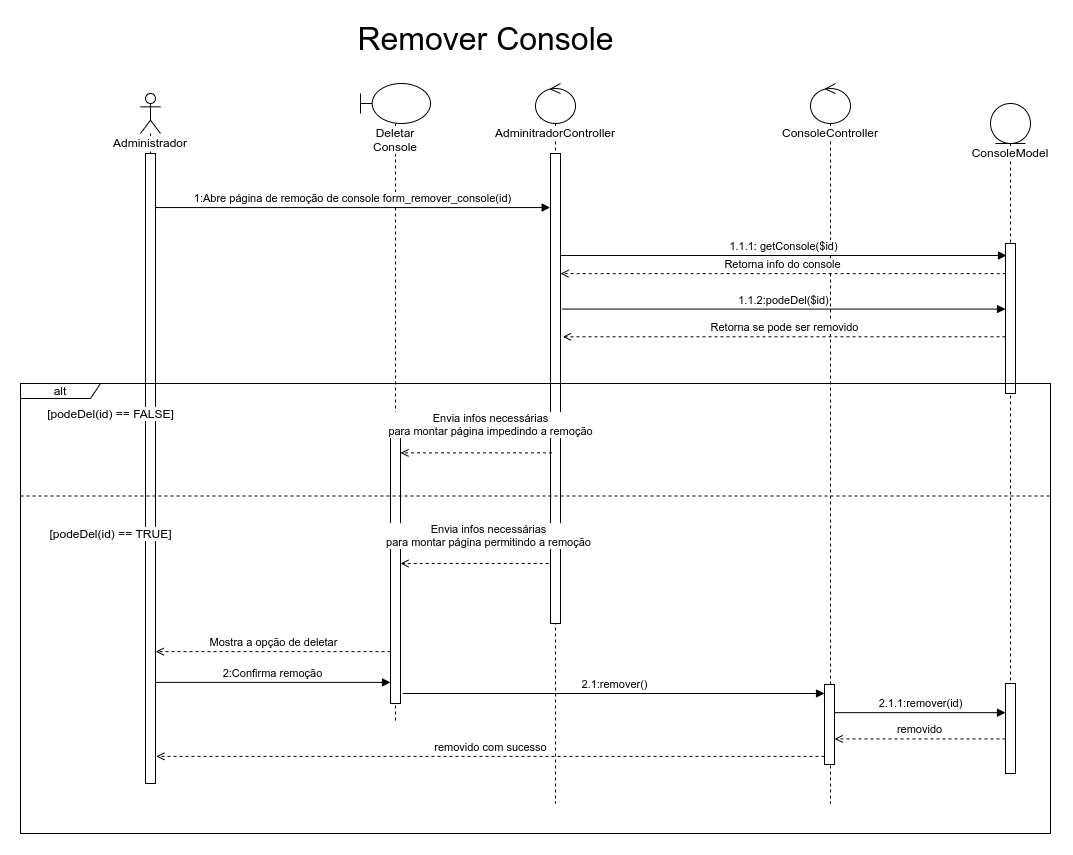
This is docs/Diagramas/Diagrama-Sequência/Sequencia-Remover Console.drawio.png from joaopaulo7/GCC188-Projeto-Final, a draw.io export, as it was before one commit. Source tidied: cells renumbered, new cells last; positions are measured from the earlier drawing's top-left corner, leaving out a move shared by most shapes.
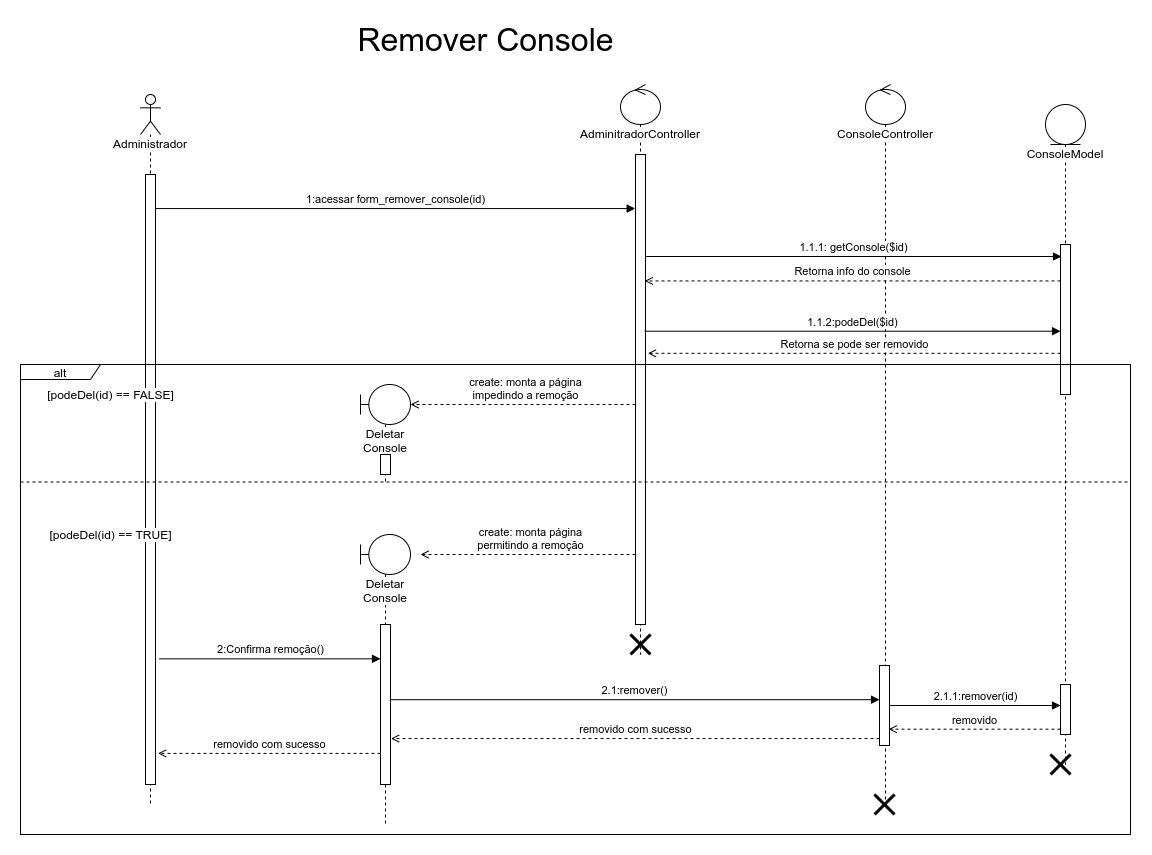
The same diagram one commit later.

Change to the diagram source:
```diff
@@ -3,31 +3,28 @@
     <mxCell id="0" />
     <mxCell id="1" parent="0" />
     <mxCell id="2" value="&lt;span style=&quot;background-color: rgb(255 , 255 , 255)&quot;&gt;ConsoleController&lt;/span&gt;" style="shape=umlLifeline;participant=umlControl;perimeter=lifelinePerimeter;whiteSpace=wrap;html=1;verticalAlign=top;spacingTop=36;fillColor=default;" parent="1" vertex="1">
-      <mxGeometry x="790" y="60" width="40" height="720" as="geometry" />
+      <mxGeometry x="845" y="60" width="40" height="720" as="geometry" />
     </mxCell>
     <mxCell id="3" value="alt" style="shape=umlFrame;whiteSpace=wrap;html=1;width=80;height=15;" parent="1" vertex="1">
-      <mxGeometry y="360" width="1030" height="450" as="geometry" />
+      <mxGeometry y="340" width="1110" height="470" as="geometry" />
     </mxCell>
     <mxCell id="4" value="&lt;span style=&quot;background-color: rgb(255 , 255 , 255)&quot;&gt;Administrador&lt;/span&gt;" style="shape=umlLifeline;participant=umlActor;perimeter=lifelinePerimeter;whiteSpace=wrap;html=1;verticalAlign=top;spacingTop=36;" parent="1" vertex="1">
-      <mxGeometry x="120" y="70" width="20" height="690" as="geometry" />
+      <mxGeometry x="120" y="70" width="20" height="710" as="geometry" />
     </mxCell>
     <mxCell id="5" style="html=1;points=[];perimeter=orthogonalPerimeter;fillColor=default;" parent="4" vertex="1">
-      <mxGeometry x="5" y="60" width="10" height="630" as="geometry" />
+      <mxGeometry x="5" y="80" width="10" height="610" as="geometry" />
     </mxCell>
     <mxCell id="6" value="&lt;span style=&quot;background-color: rgb(255 , 255 , 255)&quot;&gt;Deletar Console&lt;/span&gt;" style="shape=umlLifeline;participant=umlBoundary;perimeter=lifelinePerimeter;whiteSpace=wrap;html=1;verticalAlign=top;spacingTop=36;" parent="1" vertex="1">
-      <mxGeometry x="340" y="60" width="70" height="640" as="geometry" />
+      <mxGeometry x="340" y="510" width="50" height="290" as="geometry" />
     </mxCell>
-    <mxCell id="7" style="html=1;points=[];perimeter=orthogonalPerimeter;labelBackgroundColor=none;fontSize=12;fillColor=default;" parent="6" vertex="1">
-      <mxGeometry x="30" y="330" width="10" height="290" as="geometry" />
-    </mxCell>
     <mxCell id="8" value="&lt;span style=&quot;background-color: rgb(255 , 255 , 255)&quot;&gt;AdminitradorController&lt;/span&gt;" style="shape=umlLifeline;participant=umlControl;perimeter=lifelinePerimeter;whiteSpace=wrap;html=1;verticalAlign=top;spacingTop=36;fillColor=default;" parent="1" vertex="1">
-      <mxGeometry x="515" y="60" width="40" height="720" as="geometry" />
+      <mxGeometry x="600" y="60" width="40" height="570" as="geometry" />
     </mxCell>
     <mxCell id="9" style="html=1;points=[];perimeter=orthogonalPerimeter;labelBackgroundColor=#FFFFFF;fillColor=default;" parent="8" vertex="1">
       <mxGeometry x="15" y="70" width="10" height="470" as="geometry" />
     </mxCell>
     <mxCell id="10" value="ConsoleModel" style="shape=umlLifeline;participant=umlEntity;perimeter=lifelinePerimeter;whiteSpace=wrap;html=1;verticalAlign=top;spacingTop=36;labelBackgroundColor=#FFFFFF;fillColor=default;" parent="1" vertex="1">
-      <mxGeometry x="970" y="80" width="40" height="620" as="geometry" />
+      <mxGeometry x="1025" y="80" width="40" height="660" as="geometry" />
     </mxCell>
     <mxCell id="11" style="html=1;points=[];perimeter=orthogonalPerimeter;labelBackgroundColor=#FFFFFF;fillColor=default;" parent="10" vertex="1">
       <mxGeometry x="15" y="140" width="10" height="150" as="geometry" />
@@ -35,73 +32,84 @@
     <mxCell id="12" value="1.1.1: getConsole($id)" style="html=1;verticalAlign=bottom;endArrow=block;rounded=0;entryX=0.1;entryY=0.08;entryDx=0;entryDy=0;entryPerimeter=0;" parent="1" edge="1" source="9" target="11">
       <mxGeometry relative="1" as="geometry" />
     </mxCell>
-    <mxCell id="13" value="Retorna info do console" style="html=1;verticalAlign=bottom;endArrow=open;rounded=0;dashed=1;exitX=0.021;exitY=0.201;exitDx=0;exitDy=0;exitPerimeter=0;endFill=0;" parent="1" edge="1" source="11" target="9">
+    <mxCell id="13" value="Retorna info do console" style="html=1;verticalAlign=bottom;endArrow=open;rounded=0;dashed=1;endFill=0;entryX=0.92;entryY=0.269;entryDx=0;entryDy=0;entryPerimeter=0;" parent="1" edge="1" source="11" target="9">
       <mxGeometry relative="1" as="geometry" />
     </mxCell>
     <mxCell id="14" value="&lt;span style=&quot;font-size: 32px&quot;&gt;Remover Console&lt;/span&gt;" style="text;html=1;align=center;verticalAlign=middle;strokeColor=none;fillColor=none;" parent="1" vertex="1">
       <mxGeometry x="330" width="270" height="30" as="geometry" />
     </mxCell>
-    <mxCell id="15" value="1:Abre página de remoção de console form_remover_console(id)" style="html=1;verticalAlign=bottom;endArrow=block;rounded=0;entryX=-0.031;entryY=0.115;entryDx=0;entryDy=0;entryPerimeter=0;" parent="1" edge="1" source="5" target="9">
+    <mxCell id="15" value="1:acessar form_remover_console(id)" style="html=1;verticalAlign=bottom;endArrow=block;rounded=0;entryX=-0.031;entryY=0.115;entryDx=0;entryDy=0;entryPerimeter=0;" parent="1" edge="1" source="5" target="9">
       <mxGeometry relative="1" as="geometry" />
     </mxCell>
-    <mxCell id="16" value="Envia infos necessárias&lt;br&gt;para montar página impedindo a remoção" style="html=1;verticalAlign=bottom;endArrow=open;rounded=0;dashed=1;exitX=0.157;exitY=0.637;exitDx=0;exitDy=0;exitPerimeter=0;endFill=0;" parent="1" edge="1" source="9" target="7">
-      <mxGeometry x="-0.19" y="-12" relative="1" as="geometry" />
+    <mxCell id="16" value="create: monta a página&lt;br&gt;impedindo a remoção" style="html=1;verticalAlign=bottom;endArrow=open;rounded=0;dashed=1;endFill=0;" parent="1" edge="1" source="9">
+      <mxGeometry x="-0.03" relative="1" as="geometry">
+        <mxPoint x="390" y="380" as="targetPoint" />
+      </mxGeometry>
     </mxCell>
-    <mxCell id="17" value="1.1.2:podeDel($id)" style="html=1;verticalAlign=bottom;endArrow=block;rounded=0;exitX=1.176;exitY=0.331;exitDx=0;exitDy=0;exitPerimeter=0;" parent="1" edge="1" source="9" target="11">
+    <mxCell id="17" value="1.1.2:podeDel($id)" style="html=1;verticalAlign=bottom;endArrow=block;rounded=0;exitX=0.92;exitY=0.376;exitDx=0;exitDy=0;exitPerimeter=0;" parent="1" edge="1" source="9" target="11">
       <mxGeometry relative="1" as="geometry" />
     </mxCell>
-    <mxCell id="18" value="Retorna se pode ser removido" style="html=1;verticalAlign=bottom;endArrow=open;rounded=0;dashed=1;entryX=1.245;entryY=0.39;entryDx=0;entryDy=0;entryPerimeter=0;endFill=0;" parent="1" edge="1" source="11" target="9">
+    <mxCell id="18" value="Retorna se pode ser removido" style="html=1;verticalAlign=bottom;endArrow=open;rounded=0;dashed=1;entryX=1.24;entryY=0.423;entryDx=0;entryDy=0;entryPerimeter=0;endFill=0;" parent="1" edge="1" source="11" target="9">
       <mxGeometry relative="1" as="geometry" />
     </mxCell>
     <mxCell id="19" style="html=1;points=[];perimeter=orthogonalPerimeter;labelBackgroundColor=none;fontSize=12;fillColor=default;" parent="1" vertex="1">
-      <mxGeometry x="985" y="660" width="10" height="90" as="geometry" />
+      <mxGeometry x="1040" y="660" width="10" height="50" as="geometry" />
     </mxCell>
-    <mxCell id="20" value="Mostra a opção de deletar" style="html=1;verticalAlign=bottom;endArrow=open;rounded=0;dashed=1;startArrow=none;entryX=1.021;entryY=0.742;entryDx=0;entryDy=0;entryPerimeter=0;endFill=0;" parent="1" edge="1">
-      <mxGeometry relative="1" as="geometry">
-        <mxPoint x="370" y="628.1" as="sourcePoint" />
-        <mxPoint x="135.2" y="628.1" as="targetPoint" />
-      </mxGeometry>
-    </mxCell>
-    <mxCell id="21" value="2:Confirma remoção" style="html=1;verticalAlign=bottom;endArrow=block;rounded=0;exitX=0.952;exitY=0.798;exitDx=0;exitDy=0;exitPerimeter=0;" parent="1" edge="1">
-      <mxGeometry relative="1" as="geometry">
-        <mxPoint x="134.5" y="658.9" as="sourcePoint" />
-        <mxPoint x="370" y="658.9" as="targetPoint" />
-      </mxGeometry>
+    <mxCell id="21" value="2:Confirma remoção()" style="html=1;verticalAlign=bottom;endArrow=block;rounded=0;exitX=1.376;exitY=0.794;exitDx=0;exitDy=0;exitPerimeter=0;" parent="1" edge="1" source="5" target="7">
+      <mxGeometry relative="1" as="geometry" />
     </mxCell>
-    <mxCell id="22" value="2.1:remover()" style="html=1;verticalAlign=bottom;endArrow=block;rounded=0;exitX=0.952;exitY=0.798;exitDx=0;exitDy=0;exitPerimeter=0;" parent="1" edge="1" target="27">
-      <mxGeometry relative="1" as="geometry">
-        <mxPoint x="382.3" y="670" as="sourcePoint" />
-      </mxGeometry>
-    </mxCell>
-    <mxCell id="23" value="removido com sucesso" style="html=1;verticalAlign=bottom;endArrow=open;rounded=0;dashed=1;startArrow=none;endFill=0;entryX=1.083;entryY=0.957;entryDx=0;entryDy=0;entryPerimeter=0;" parent="1" edge="1" source="27" target="5">
-      <mxGeometry relative="1" as="geometry" />
-    </mxCell>
     <mxCell id="24" style="swimlane;startSize=0;" parent="1" vertex="1">
-      <mxGeometry y="360" width="1030" height="450" as="geometry" />
+      <mxGeometry y="340" width="1110" height="470" as="geometry" />
     </mxCell>
     <mxCell id="25" value="&lt;span style=&quot;background-color: rgb(255 , 255 , 255)&quot;&gt;[podeDel(id) == FALSE]&lt;/span&gt;" style="text;html=1;align=center;verticalAlign=middle;strokeColor=none;fillColor=none;" parent="24" vertex="1">
       <mxGeometry x="20" y="20" width="140" height="20" as="geometry" />
     </mxCell>
-    <mxCell id="26" value="Envia infos necessárias&lt;br&gt;para montar página permitindo a remoção" style="html=1;verticalAlign=bottom;endArrow=open;rounded=0;dashed=1;entryX=1.176;entryY=0.473;entryDx=0;entryDy=0;entryPerimeter=0;endFill=0;" parent="24" edge="1">
-      <mxGeometry x="-0.19" y="-12" relative="1" as="geometry">
-        <mxPoint x="528.2" y="180" as="sourcePoint" />
-        <mxPoint x="380" y="180" as="targetPoint" />
+    <mxCell id="26" value="create: monta página&lt;br&gt;permitindo a remoção" style="html=1;verticalAlign=bottom;endArrow=open;rounded=0;dashed=1;endFill=0;" parent="24" edge="1" source="9">
+      <mxGeometry x="-0.02" relative="1" as="geometry">
+        <mxPoint x="400" y="190" as="targetPoint" />
       </mxGeometry>
     </mxCell>
     <mxCell id="27" style="html=1;points=[];perimeter=orthogonalPerimeter;" parent="24" vertex="1">
-      <mxGeometry x="804" y="301" width="10" height="80" as="geometry" />
+      <mxGeometry x="859" y="301" width="10" height="80" as="geometry" />
     </mxCell>
+    <mxCell id="7" style="html=1;points=[];perimeter=orthogonalPerimeter;labelBackgroundColor=none;fontSize=12;fillColor=default;" parent="24" vertex="1">
+      <mxGeometry x="360" y="260" width="10" height="160" as="geometry" />
+    </mxCell>
+    <mxCell id="23" value="removido com sucesso" style="html=1;verticalAlign=bottom;endArrow=open;rounded=0;dashed=1;startArrow=none;endFill=0;entryX=1.053;entryY=0.713;entryDx=0;entryDy=0;entryPerimeter=0;" parent="24" edge="1" source="27" target="7">
+      <mxGeometry relative="1" as="geometry" />
+    </mxCell>
+    <mxCell id="22" value="2.1:remover()" style="html=1;verticalAlign=bottom;endArrow=block;rounded=0;exitX=0.935;exitY=0.47;exitDx=0;exitDy=0;exitPerimeter=0;" parent="24" edge="1" source="7" target="27">
+      <mxGeometry relative="1" as="geometry" />
+    </mxCell>
+    <mxCell id="32" style="shape=umlDestroy;whiteSpace=wrap;html=1;strokeWidth=3;" parent="24" vertex="1">
+      <mxGeometry x="610" y="270" width="20" height="20" as="geometry" />
+    </mxCell>
+    <mxCell id="33" style="shape=umlDestroy;whiteSpace=wrap;html=1;strokeWidth=3;" parent="24" vertex="1">
+      <mxGeometry x="854" y="430" width="20" height="20" as="geometry" />
+    </mxCell>
+    <mxCell id="34" style="shape=umlDestroy;whiteSpace=wrap;html=1;strokeWidth=3;" parent="24" vertex="1">
+      <mxGeometry x="1030" y="390" width="20" height="20" as="geometry" />
+    </mxCell>
+    <mxCell id="35" value="&lt;span style=&quot;background-color: rgb(255 , 255 , 255)&quot;&gt;Deletar Console&lt;/span&gt;" style="shape=umlLifeline;participant=umlBoundary;perimeter=lifelinePerimeter;whiteSpace=wrap;html=1;verticalAlign=top;spacingTop=36;" parent="24" vertex="1">
+      <mxGeometry x="340" y="20" width="50" height="100" as="geometry" />
+    </mxCell>
+    <mxCell id="36" style="html=1;perimeter=orthogonalPerimeter;" parent="35" vertex="1">
+      <mxGeometry x="20" y="70" width="10" height="20" as="geometry" />
+    </mxCell>
     <mxCell id="28" style="endArrow=none;dashed=1;html=1;strokeWidth=1;rounded=0;exitX=0;exitY=0.25;exitDx=0;exitDy=0;entryX=1;entryY=0.25;entryDx=0;entryDy=0;" parent="1" edge="1" source="24" target="24">
       <mxGeometry relative="1" as="geometry" />
     </mxCell>
     <mxCell id="29" value="&lt;span style=&quot;background-color: rgb(255 , 255 , 255)&quot;&gt;[podeDel(id) == TRUE]&lt;/span&gt;" style="text;html=1;align=center;verticalAlign=middle;strokeColor=none;fillColor=none;" parent="1" vertex="1">
       <mxGeometry x="20" y="500" width="140" height="20" as="geometry" />
     </mxCell>
-    <mxCell id="30" value="2.1.1:remover(id)" style="html=1;verticalAlign=bottom;endArrow=block;rounded=0;exitX=1.017;exitY=0.352;exitDx=0;exitDy=0;exitPerimeter=0;" parent="1" edge="1" source="27" target="19">
+    <mxCell id="30" value="2.1.1:remover(id)" style="html=1;verticalAlign=bottom;endArrow=block;rounded=0;" parent="1" edge="1" source="27" target="19">
       <mxGeometry relative="1" as="geometry" />
     </mxCell>
-    <mxCell id="31" value="removido" style="html=1;verticalAlign=bottom;endArrow=open;rounded=0;dashed=1;startArrow=none;endFill=0;entryX=1.017;entryY=0.68;entryDx=0;entryDy=0;entryPerimeter=0;" parent="1" edge="1" source="19" target="27">
+    <mxCell id="31" value="removido" style="html=1;verticalAlign=bottom;endArrow=open;rounded=0;dashed=1;startArrow=none;endFill=0;entryX=0.918;entryY=0.796;entryDx=0;entryDy=0;entryPerimeter=0;" parent="1" edge="1" source="19" target="27">
       <mxGeometry relative="1" as="geometry" />
     </mxCell>
+    <mxCell id="37" value="removido com sucesso" style="html=1;verticalAlign=bottom;endArrow=open;rounded=0;dashed=1;startArrow=none;endFill=0;entryX=1.259;entryY=0.949;entryDx=0;entryDy=0;entryPerimeter=0;" parent="1" edge="1" source="7" target="5">
+      <mxGeometry relative="1" as="geometry" />
+    </mxCell>
   </root>
 </mxGraphModel>
```
